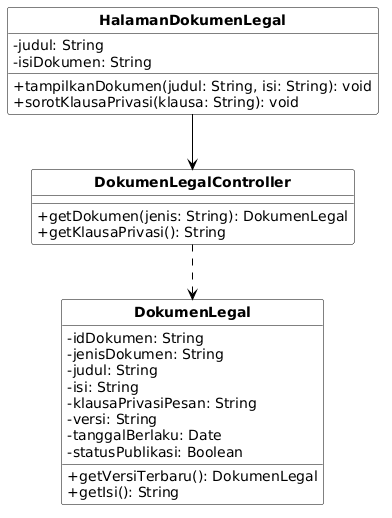
Above: docs/M7/assets/diagram/Diagram_Kelas_UC06.png in ghaniyul/IF2150-RPL-K01-G02 (PlantUML), before the change.
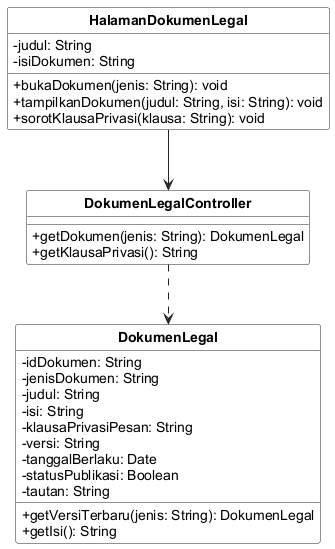
After the commit.

What changed in the source:
```diff
@@ -1,30 +1,28 @@
 @startuml
-skinparam monochrome true
 skinparam shadowing false
+skinparam classAttributeIconSize 0
+skinparam classBackgroundColor #FFFFFF
+skinparam classBorderColor #222222
+skinparam arrowColor #222222
+skinparam packageBorderColor #888888
 skinparam defaultFontName Arial
-skinparam classAttributeIconSize 0
 skinparam classFontStyle bold
-skinparam classBorderColor #000000
-skinparam classBackgroundColor #FFFFFF
-skinparam arrowColor #000000
-skinparam nodesep 55
-skinparam ranksep 55
-
+skinparam stereotypeFontSize 10
 hide circle
 hide stereotype
+
 
 class "HalamanDokumenLegal" as C12 {
   - judul: String
   - isiDokumen: String
+  + bukaDokumen(jenis: String): void
   + tampilkanDokumen(judul: String, isi: String): void
   + sorotKlausaPrivasi(klausa: String): void
 }
-
 class "DokumenLegalController" as C22 {
   + getDokumen(jenis: String): DokumenLegal
   + getKlausaPrivasi(): String
 }
-
 class "DokumenLegal" as C40 {
   - idDokumen: String
   - jenisDokumen: String
@@ -34,10 +32,10 @@
   - versi: String
   - tanggalBerlaku: Date
   - statusPublikasi: Boolean
-  + getVersiTerbaru(): DokumenLegal
+  - tautan: String
+  + getVersiTerbaru(jenis: String): DokumenLegal
   + getIsi(): String
 }
-
 C12 --> C22
 C22 ..> C40
 @enduml
```
